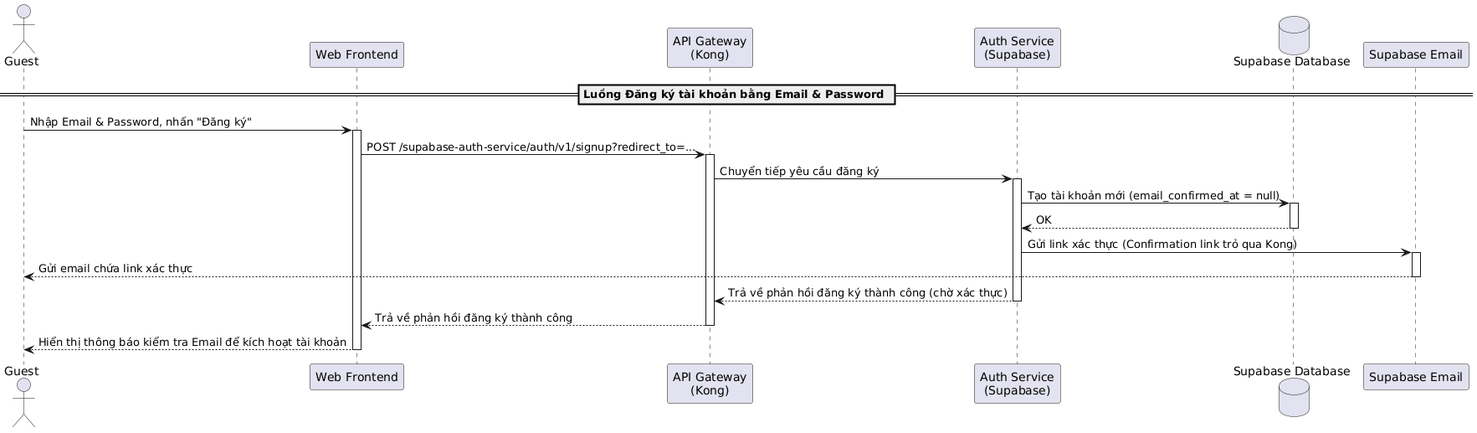
The PlantUML diagram latex/contents/Sequence/UML-Sequence-04.png in 20206205Tech/docs-latex, before a commit.
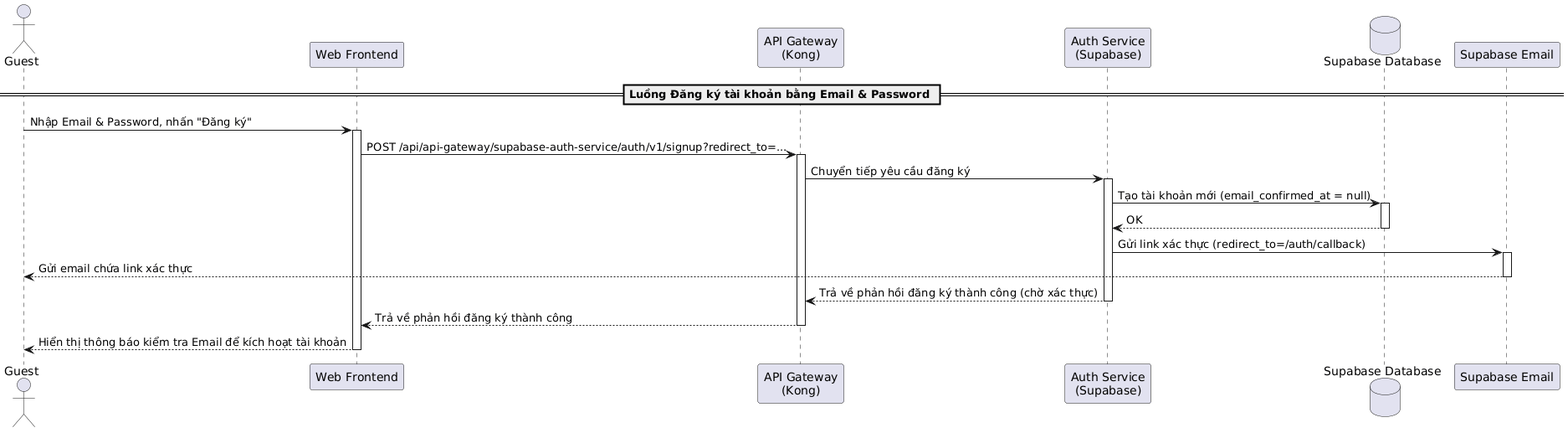
Above is the later version.

The edit, as a diff of the source:
```diff
@@ -10,7 +10,7 @@
 Guest -> Frontend: Nhập Email & Password, nhấn "Đăng ký"
 activate Frontend
 
-Frontend -> Kong: POST /supabase-auth-service/auth/v1/signup?redirect_to=...
+Frontend -> Kong: POST /api/api-gateway/supabase-auth-service/auth/v1/signup?redirect_to=...
 activate Kong
 Kong -> AuthService: Chuyển tiếp yêu cầu đăng ký
 activate AuthService
@@ -20,7 +20,7 @@
 DB --> AuthService: OK
 deactivate DB
 
-AuthService -> Email: Gửi link xác thực (Confirmation link trỏ qua Kong)
+AuthService -> Email: Gửi link xác thực (redirect_to=/auth/callback)
 activate Email
 Email --> Guest: Gửi email chứa link xác thực
 deactivate Email
```
